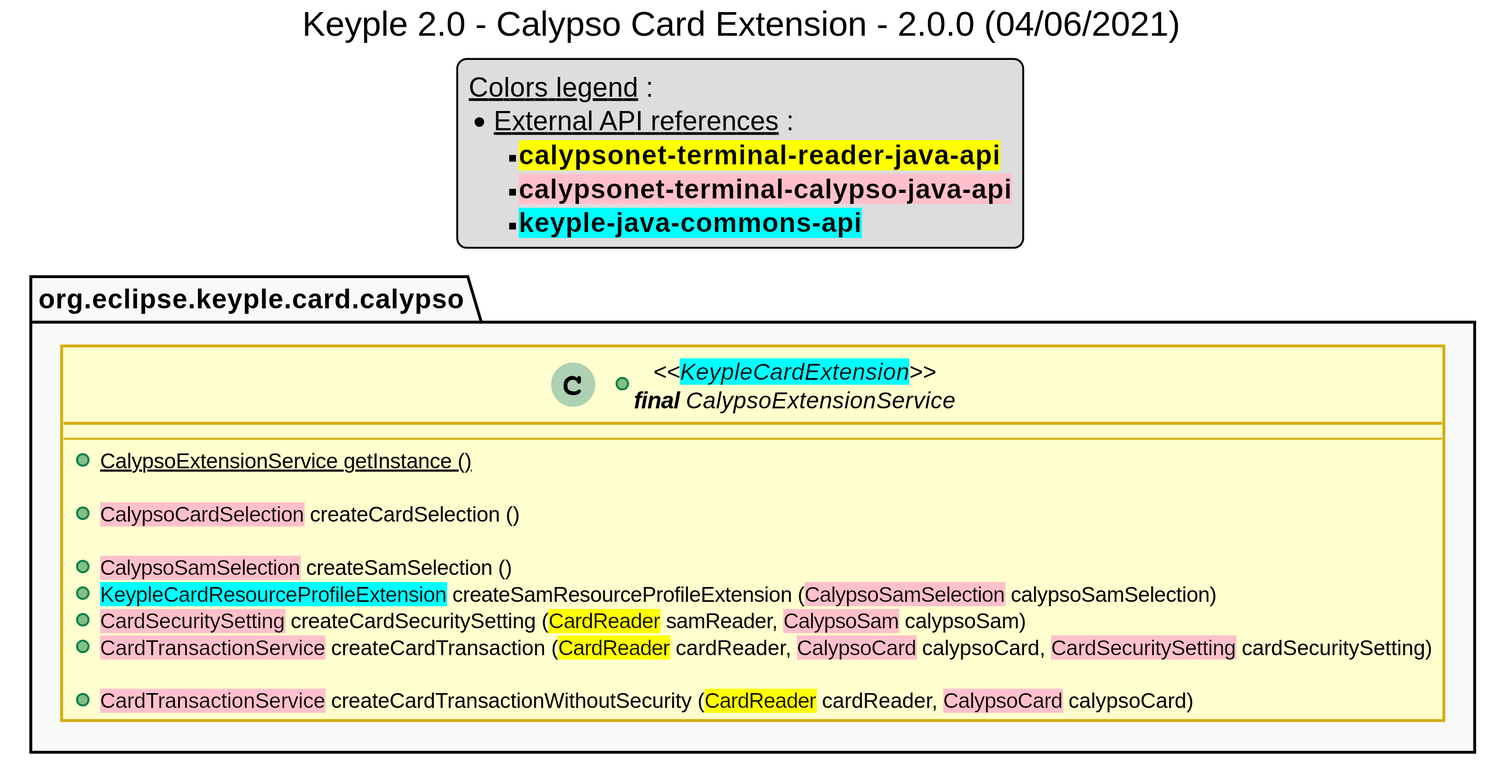
Above: uml/class/extensions/card-calypso/keyple_2_0_class_calypso_card_extension.svg in calypsonet/keyple_2_0 (PlantUML), before the change.
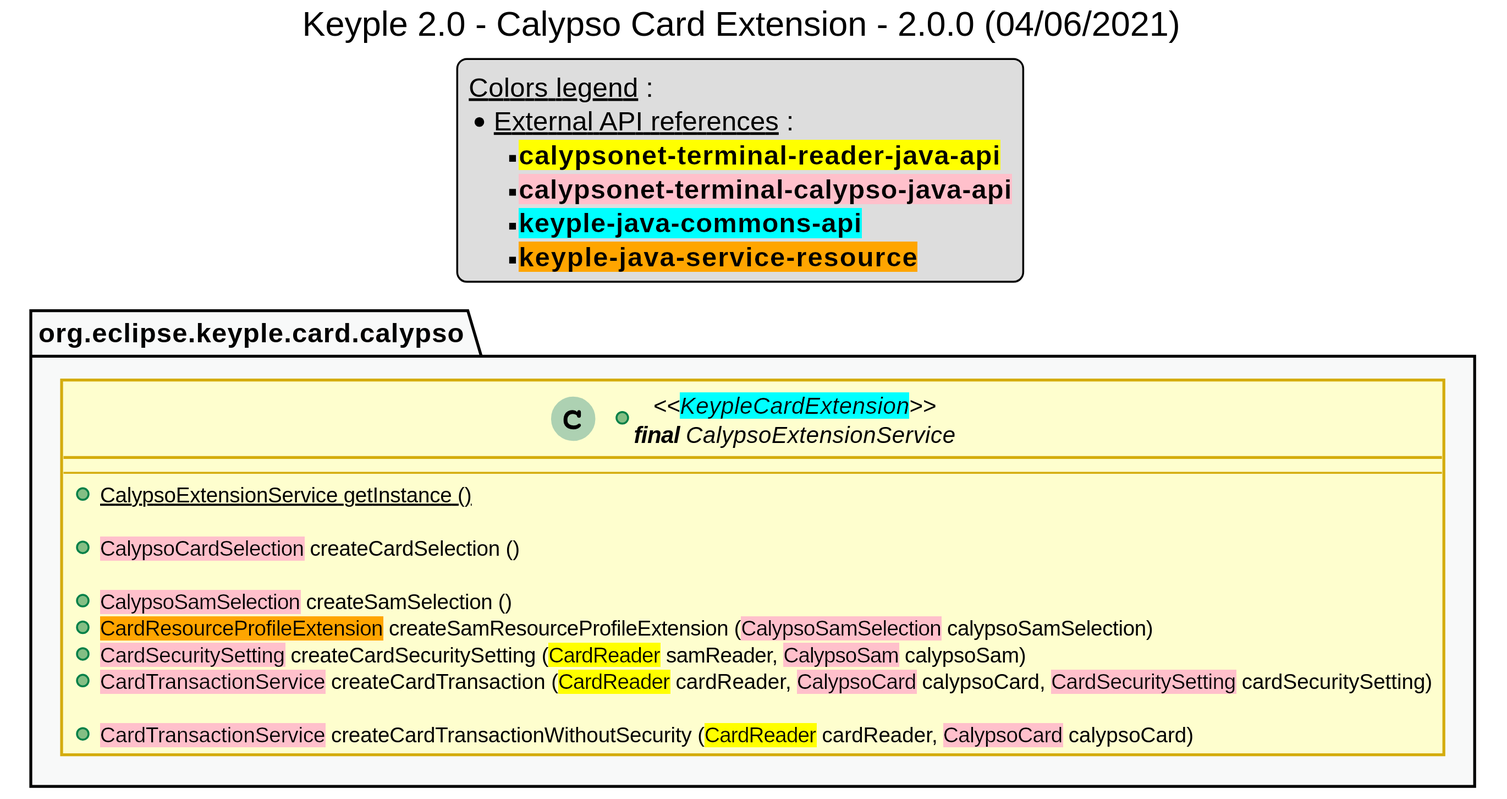
Above is the later version.

The edit, as a diff of the source:
```diff
@@ -43,6 +43,7 @@
     ** <back:yellow>**calypsonet-terminal-reader-java-api**</back>
     ** <back:pink>**calypsonet-terminal-calypso-java-api**</back>
     ** <back:cyan>**keyple-java-commons-api**</back>
+    ** <back:orange>**keyple-java-service-resource**</back>
 end legend
 
 package "org.eclipse.keyple.card.calypso" as calypso {
@@ -53,7 +54,7 @@
         +<back:pink>CalypsoCardSelection</back> createCardSelection ()
 
         +<back:pink>CalypsoSamSelection</back> createSamSelection ()
-        +<back:cyan>KeypleCardResourceProfileExtension</back> createSamResourceProfileExtension (<back:pink>CalypsoSamSelection</back> calypsoSamSelection)
+        +<back:orange>CardResourceProfileExtension</back> createSamResourceProfileExtension (<back:pink>CalypsoSamSelection</back> calypsoSamSelection)
         +<back:pink>CardSecuritySetting</back> createCardSecuritySetting (<back:yellow>CardReader</back> samReader, <back:pink>CalypsoSam</back> calypsoSam)
         +<back:pink>CardTransactionService</back> createCardTransaction (<back:yellow>CardReader</back> cardReader, <back:pink>CalypsoCard</back> calypsoCard, <back:pink>CardSecuritySetting</back> cardSecuritySetting)
 
```
